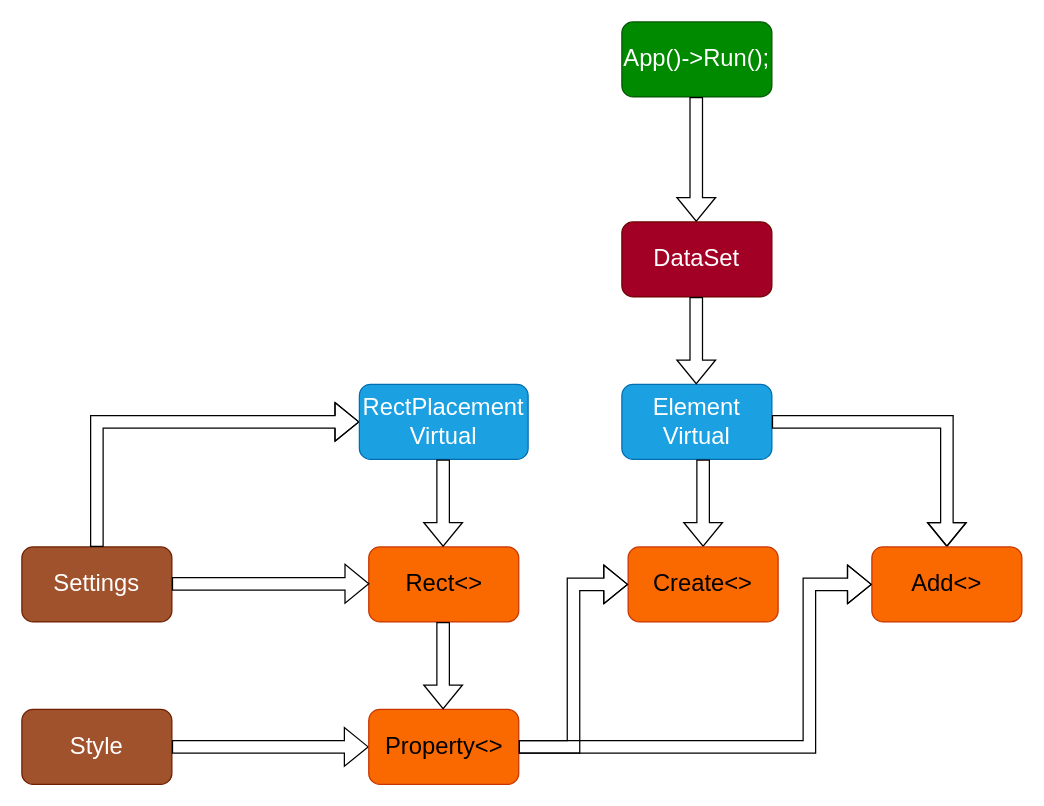
The draw.io diagram Letter Diagram.drawio in DiCode77/Letter, before the edit. Source tidied: cells renumbered, new cells numbered last; positions are measured from the earlier drawing's top-left corner, leaving out a move shared by most shapes. Both pictures are drawn from the tidied source at 125%, with x=0, y=0 at pixel (21, 21).
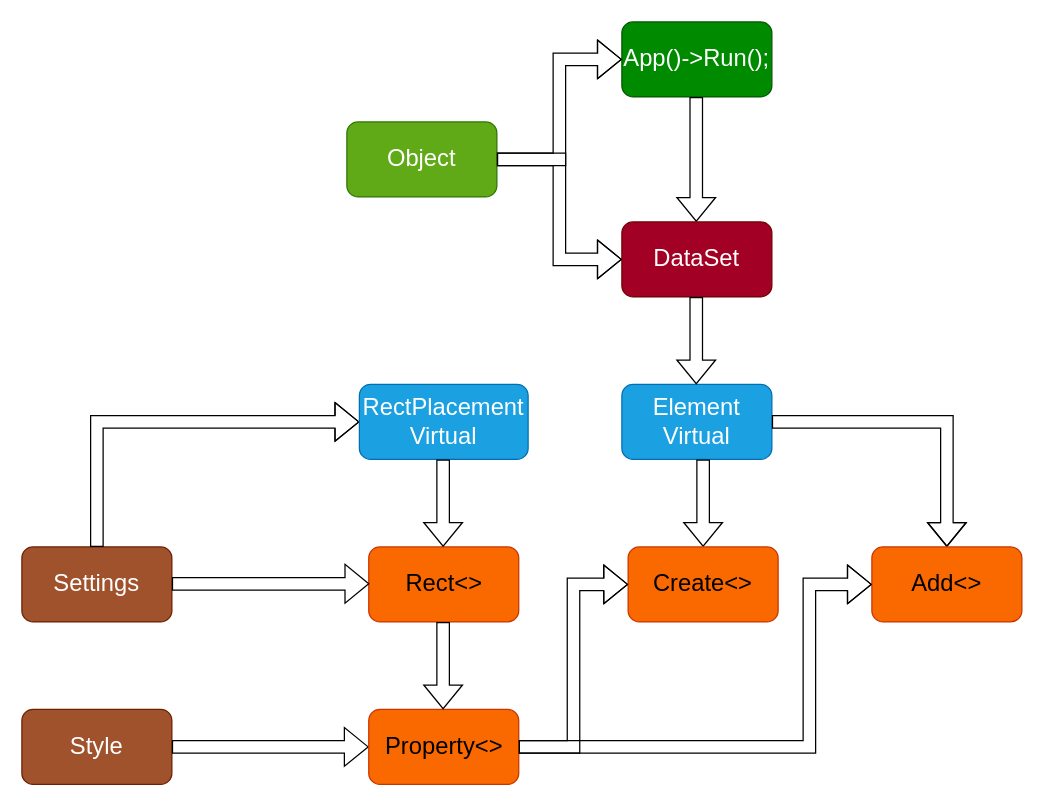
Above is the later version.

Commit message (it also covers changes not shown here):
I made a major commit; most files in the branches have been updated. Here, Im finalizing the object lifecycle handling with the main event loop and have fixed some bugs.

Unchanged cells that the change refers to:
```xml
<mxCell id="2" value="&lt;p&gt;&lt;font style=&quot;font-size: 19px;&quot;&gt;App()-&amp;gt;Run();&lt;/font&gt;&lt;/p&gt;" style="rounded=1;whiteSpace=wrap;html=1;fillColor=#008a00;fontColor=#ffffff;strokeColor=#005700;" parent="1" vertex="1">
  <mxGeometry x="480" width="120" height="60" as="geometry" />
</mxCell>
<mxCell id="16" value="DataSet" style="rounded=1;whiteSpace=wrap;html=1;fillColor=#a20025;fontColor=#ffffff;strokeColor=#6F0000;fontSize=19;" parent="1" vertex="1">
  <mxGeometry x="480" y="160" width="120" height="60" as="geometry" />
</mxCell>
```

The edit, as a diff of the source:
```diff
@@
+    <mxCell id="23" value="&lt;font style=&quot;font-size: 19px;&quot;&gt;Object&lt;/font&gt;" style="rounded=1;whiteSpace=wrap;html=1;fillColor=#60a917;fontColor=#ffffff;strokeColor=#2D7600;" parent="1" vertex="1">
+      <mxGeometry x="260" y="80" width="120" height="60" as="geometry" />
+    </mxCell>
+    <mxCell id="24" style="shape=flexArrow;endArrow=classic;html=1;rounded=0;exitX=1;exitY=0.5;exitDx=0;exitDy=0;entryX=0;entryY=0.5;entryDx=0;entryDy=0;edgeStyle=orthogonalEdgeStyle;" parent="1" edge="1" source="23" target="2">
+      <mxGeometry relative="1" as="geometry" />
+    </mxCell>
+    <mxCell id="25" style="shape=flexArrow;endArrow=classic;html=1;rounded=0;entryX=0;entryY=0.5;entryDx=0;entryDy=0;edgeStyle=orthogonalEdgeStyle;elbow=vertical;exitX=1;exitY=0.5;exitDx=0;exitDy=0;" parent="1" edge="1" source="23" target="16">
+      <mxGeometry relative="1" as="geometry">
+        <Array as="points">
+          <mxPoint x="430" y="110" />
+          <mxPoint x="430" y="190" />
+        </Array>
+      </mxGeometry>
+    </mxCell>
```
